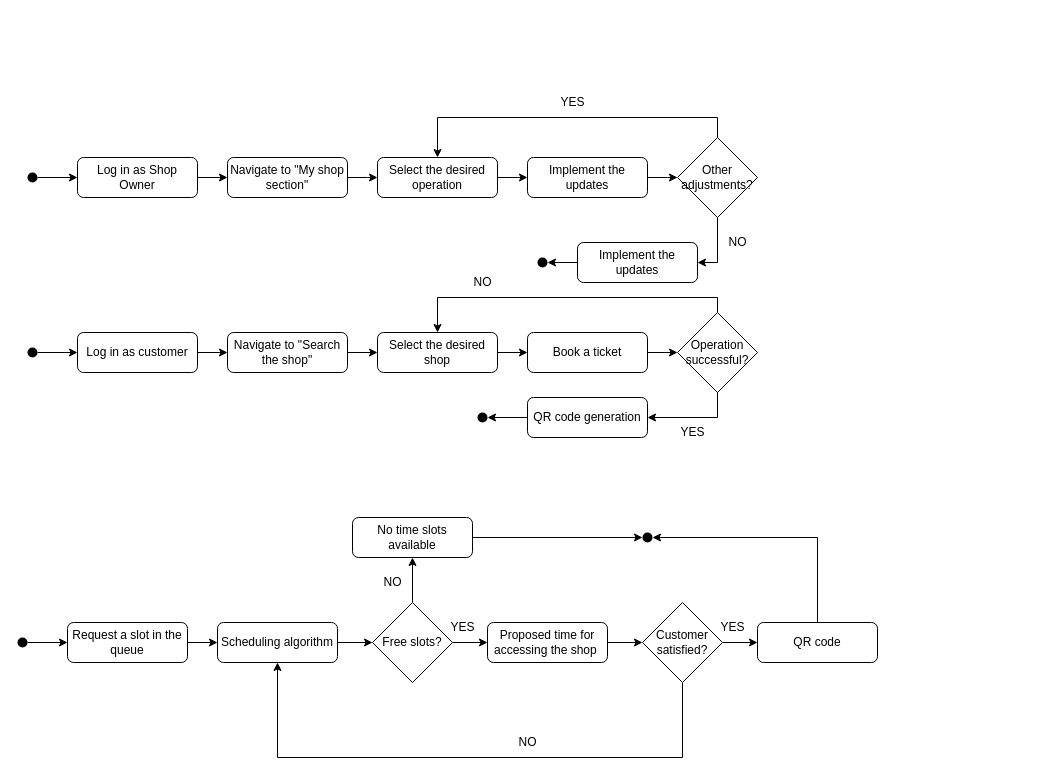
Earlier version of the draw.io diagram Documents/2. RASD/State Diagram.drawio (GiacomelliGianluca/Iqueue_app). Source tidied: cells renumbered, new cells numbered last; positions are measured from the earlier drawing's top-left corner, leaving out a move shared by most shapes. Both pictures are drawn from the tidied source at 100%, with x=0, y=0 at pixel (17, 87).
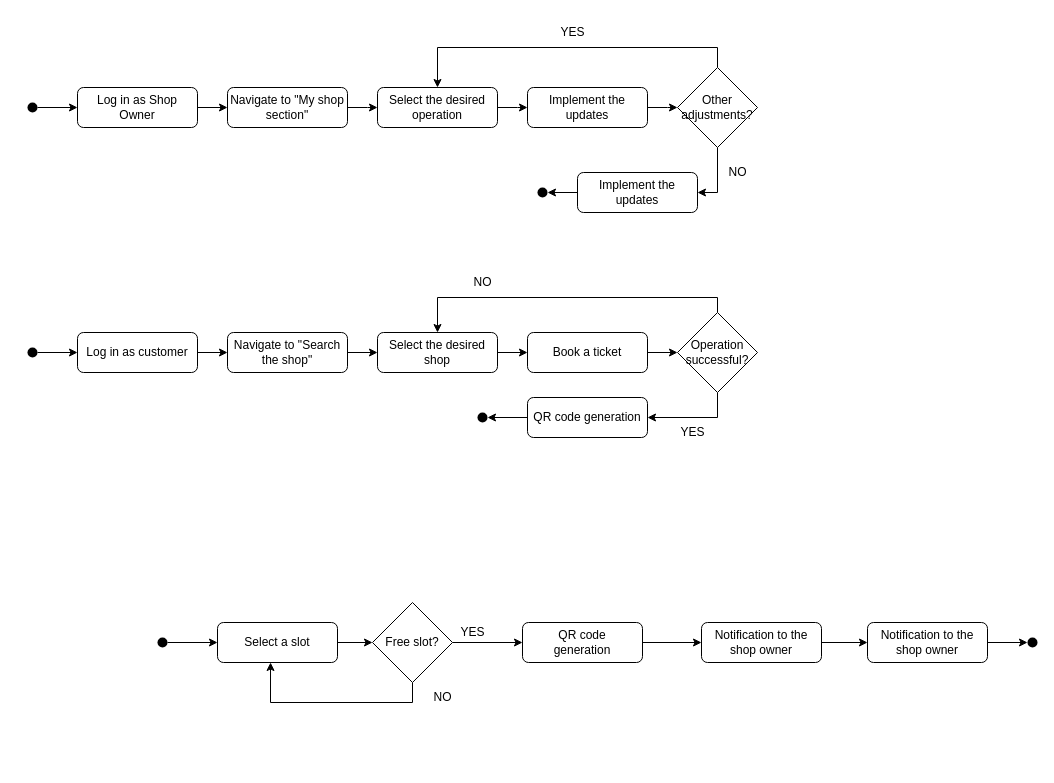
Above is the later version.

What changed in the source:
```diff
@@
     <mxCell id="3" value="Log in as Shop Owner" style="rounded=1;whiteSpace=wrap;html=1;fontSize=12;glass=0;strokeWidth=1;shadow=0;" parent="1" vertex="1">
-      <mxGeometry x="60" y="70" width="120" height="40" as="geometry" />
+      <mxGeometry x="60" width="120" height="40" as="geometry" />
     </mxCell>
@@
     <mxCell id="5" style="shape=ellipse;fillColor=#000000;strokeColor=none;html=1;sketch=0;" parent="1" vertex="1">
-      <mxGeometry x="10" y="85" width="10" height="10" as="geometry" />
+      <mxGeometry x="10" y="15" width="10" height="10" as="geometry" />
     </mxCell>
     <mxCell id="6" style="edgeStyle=orthogonalEdgeStyle;rounded=0;jettySize=auto;html=1;" parent="1" edge="1" source="7">
       <mxGeometry relative="1" as="geometry">
-        <mxPoint x="360" y="90" as="targetPoint" />
+        <mxPoint x="360" y="20" as="targetPoint" />
       </mxGeometry>
     </mxCell>
     <mxCell id="7" value="Navigate to &quot;My shop section&quot;" style="rounded=1;whiteSpace=wrap;html=1;fontSize=12;glass=0;strokeWidth=1;shadow=0;" parent="1" vertex="1">
-      <mxGeometry x="210" y="70" width="120" height="40" as="geometry" />
+      <mxGeometry x="210" width="120" height="40" as="geometry" />
     </mxCell>
     <mxCell id="8" style="edgeStyle=orthogonalEdgeStyle;rounded=0;jettySize=auto;html=1;" parent="1" edge="1" source="9">
       <mxGeometry relative="1" as="geometry">
-        <mxPoint x="510" y="90" as="targetPoint" />
+        <mxPoint x="510" y="20" as="targetPoint" />
       </mxGeometry>
     </mxCell>
     <mxCell id="9" value="Select the desired operation" style="rounded=1;whiteSpace=wrap;html=1;fontSize=12;glass=0;strokeWidth=1;shadow=0;" parent="1" vertex="1">
-      <mxGeometry x="360" y="70" width="120" height="40" as="geometry" />
+      <mxGeometry x="360" width="120" height="40" as="geometry" />
     </mxCell>
     <mxCell id="10" style="edgeStyle=orthogonalEdgeStyle;rounded=0;jettySize=auto;html=1;" parent="1" edge="1" source="11">
       <mxGeometry relative="1" as="geometry">
-        <mxPoint x="660" y="90" as="targetPoint" />
+        <mxPoint x="660" y="20" as="targetPoint" />
       </mxGeometry>
     </mxCell>
     <mxCell id="11" value="Implement the updates" style="rounded=1;whiteSpace=wrap;html=1;fontSize=12;glass=0;strokeWidth=1;shadow=0;" parent="1" vertex="1">
-      <mxGeometry x="510" y="70" width="120" height="40" as="geometry" />
+      <mxGeometry x="510" width="120" height="40" as="geometry" />
     </mxCell>
     <mxCell id="12" style="edgeStyle=orthogonalEdgeStyle;rounded=0;jettySize=auto;html=1;" parent="1" edge="1" source="15">
       <mxGeometry relative="1" as="geometry">
-        <mxPoint x="420" y="70" as="targetPoint" />
+        <mxPoint x="420" as="targetPoint" />
         <Array as="points">
-          <mxPoint x="700" y="30" />
-          <mxPoint x="420" y="30" />
+          <mxPoint x="700" y="-40" />
+          <mxPoint x="420" y="-40" />
         </Array>
       </mxGeometry>
     </mxCell>
     <mxCell id="13" style="edgeStyle=orthogonalEdgeStyle;rounded=0;orthogonalLoop=1;jettySize=auto;html=1;entryX=0.5;entryY=0;entryDx=0;entryDy=0;startArrow=none;" parent="1" edge="1">
       <mxGeometry relative="1" as="geometry">
-        <mxPoint x="700" y="190" as="sourcePoint" />
-        <mxPoint x="700" y="190" as="targetPoint" />
+        <mxPoint x="700" y="120" as="sourcePoint" />
+        <mxPoint x="700" y="120" as="targetPoint" />
       </mxGeometry>
     </mxCell>
@@
     <mxCell id="15" value="Other adjustments?" style="rhombus;whiteSpace=wrap;html=1;" parent="1" vertex="1">
-      <mxGeometry x="660" y="50" width="80" height="80" as="geometry" />
+      <mxGeometry x="660" y="-20" width="80" height="80" as="geometry" />
     </mxCell>
     <mxCell id="16" value="YES" style="text;html=1;align=center;verticalAlign=middle;strokeColor=none;fillColor=none;" parent="1" vertex="1">
-      <mxGeometry x="530" width="50" height="30" as="geometry" />
+      <mxGeometry x="530" y="-70" width="50" height="30" as="geometry" />
     </mxCell>
     <mxCell id="17" value="NO" style="text;html=1;align=center;verticalAlign=middle;strokeColor=none;fillColor=none;" parent="1" vertex="1">
-      <mxGeometry x="700" y="140" width="40" height="30" as="geometry" />
+      <mxGeometry x="700" y="70" width="40" height="30" as="geometry" />
     </mxCell>
@@
     <mxCell id="31" style="shape=ellipse;fillColor=#000000;strokeColor=none;html=1;sketch=0;" parent="1" vertex="1">
-      <mxGeometry x="520" y="170" width="10" height="10" as="geometry" />
+      <mxGeometry x="520" y="100" width="10" height="10" as="geometry" />
     </mxCell>
@@
     <mxCell id="33" value="Implement the updates" style="rounded=1;whiteSpace=wrap;html=1;fontSize=12;glass=0;strokeWidth=1;shadow=0;" parent="1" vertex="1">
-      <mxGeometry x="560" y="155" width="120" height="40" as="geometry" />
+      <mxGeometry x="560" y="85" width="120" height="40" as="geometry" />
     </mxCell>
@@
-    <mxCell id="37" style="edgeStyle=orthogonalEdgeStyle;rounded=0;jettySize=auto;html=1;entryX=0;entryY=0.5;entryDx=0;entryDy=0;" parent="1" edge="1" source="38" target="40">
-      <mxGeometry relative="1" as="geometry" />
-    </mxCell>
-    <mxCell id="38" style="shape=ellipse;fillColor=#000000;strokeColor=none;html=1;sketch=0;" parent="1" vertex="1">
-      <mxGeometry y="550" width="10" height="10" as="geometry" />
-    </mxCell>
-    <mxCell id="39" style="edgeStyle=orthogonalEdgeStyle;rounded=0;jettySize=auto;html=1;entryX=0;entryY=0.5;entryDx=0;entryDy=0;" parent="1" edge="1" source="40" target="42">
-      <mxGeometry relative="1" as="geometry" />
-    </mxCell>
-    <mxCell id="40" value="Request a slot in the queue" style="rounded=1;whiteSpace=wrap;html=1;fontSize=12;glass=0;strokeWidth=1;shadow=0;" parent="1" vertex="1">
-      <mxGeometry x="50" y="535" width="120" height="40" as="geometry" />
-    </mxCell>
@@
-    <mxCell id="42" value="Scheduling algorithm" style="rounded=1;whiteSpace=wrap;html=1;fontSize=12;glass=0;strokeWidth=1;shadow=0;" parent="1" vertex="1">
+    <mxCell id="42" value="Select a slot" style="rounded=1;whiteSpace=wrap;html=1;fontSize=12;glass=0;strokeWidth=1;shadow=0;" parent="1" vertex="1">
       <mxGeometry x="200" y="535" width="120" height="40" as="geometry" />
     </mxCell>
@@
-    <mxCell id="45" style="edgeStyle=orthogonalEdgeStyle;rounded=0;jettySize=auto;html=1;entryX=0;entryY=0.5;entryDx=0;entryDy=0;" parent="1" edge="1" source="46" target="49">
-      <mxGeometry relative="1" as="geometry" />
-    </mxCell>
-    <mxCell id="46" value="Proposed time for accessing the shop&amp;nbsp;" style="rounded=1;whiteSpace=wrap;html=1;fontSize=12;glass=0;strokeWidth=1;shadow=0;" parent="1" vertex="1">
-      <mxGeometry x="470" y="535" width="120" height="40" as="geometry" />
-    </mxCell>
-    <mxCell id="47" style="edgeStyle=orthogonalEdgeStyle;rounded=0;jettySize=auto;html=1;entryX=0;entryY=0.5;entryDx=0;entryDy=0;" parent="1" edge="1" source="49" target="53">
-      <mxGeometry relative="1" as="geometry" />
-    </mxCell>
-    <mxCell id="48" style="edgeStyle=orthogonalEdgeStyle;rounded=0;jettySize=auto;html=1;entryX=0.5;entryY=1;entryDx=0;entryDy=0;" parent="1" edge="1" source="49" target="42">
-      <mxGeometry relative="1" as="geometry">
-        <Array as="points">
-          <mxPoint x="665" y="670" />
-          <mxPoint x="260" y="670" />
-        </Array>
-      </mxGeometry>
-    </mxCell>
-    <mxCell id="49" value="Customer satisfied?" style="rhombus;whiteSpace=wrap;html=1;" parent="1" vertex="1">
-      <mxGeometry x="625" y="515" width="80" height="80" as="geometry" />
-    </mxCell>
     <mxCell id="50" value="NO" style="text;html=1;align=center;verticalAlign=middle;strokeColor=none;fillColor=none;" parent="1" vertex="1">
-      <mxGeometry x="490" y="640" width="40" height="30" as="geometry" />
+      <mxGeometry x="405" y="595" width="40" height="30" as="geometry" />
     </mxCell>
-    <mxCell id="51" value="YES" style="text;html=1;align=center;verticalAlign=middle;strokeColor=none;fillColor=none;" parent="1" vertex="1">
-      <mxGeometry x="690" y="525" width="50" height="30" as="geometry" />
-    </mxCell>
-    <mxCell id="52" style="edgeStyle=orthogonalEdgeStyle;rounded=0;jettySize=auto;html=1;entryX=1;entryY=0.5;entryDx=0;entryDy=0;" parent="1" edge="1" source="53" target="61">
-      <mxGeometry relative="1" as="geometry">
-        <Array as="points">
-          <mxPoint x="800" y="450" />
-        </Array>
-      </mxGeometry>
-    </mxCell>
+    <mxCell id="62" style="edgeStyle=orthogonalEdgeStyle;rounded=0;jettySize=auto;html=1;exitX=1;exitY=0.5;exitDx=0;exitDy=0;entryX=0;entryY=0.5;entryDx=0;entryDy=0;" parent="1" edge="1" source="53" target="68">
+      <mxGeometry relative="1" as="geometry" />
+    </mxCell>
-    <mxCell id="53" value="QR code" style="rounded=1;whiteSpace=wrap;html=1;fontSize=12;glass=0;strokeWidth=1;shadow=0;" parent="1" vertex="1">
-      <mxGeometry x="740" y="535" width="120" height="40" as="geometry" />
+    <mxCell id="53" value="QR code&lt;br&gt;generation" style="rounded=1;whiteSpace=wrap;html=1;fontSize=12;glass=0;strokeWidth=1;shadow=0;" parent="1" vertex="1">
+      <mxGeometry x="505" y="535" width="120" height="40" as="geometry" />
     </mxCell>
-    <mxCell id="54" style="edgeStyle=orthogonalEdgeStyle;rounded=0;jettySize=auto;html=1;entryX=0;entryY=0.5;entryDx=0;entryDy=0;" parent="1" edge="1" source="56" target="46">
+    <mxCell id="54" style="edgeStyle=orthogonalEdgeStyle;rounded=0;jettySize=auto;html=1;entryX=0;entryY=0.5;entryDx=0;entryDy=0;" parent="1" edge="1" source="56" target="53">
       <mxGeometry relative="1" as="geometry" />
     </mxCell>
-    <mxCell id="55" style="edgeStyle=orthogonalEdgeStyle;rounded=0;jettySize=auto;html=1;entryX=0.5;entryY=1;entryDx=0;entryDy=0;" parent="1" edge="1" source="56" target="58">
-      <mxGeometry relative="1" as="geometry" />
-    </mxCell>
+    <mxCell id="63" style="edgeStyle=orthogonalEdgeStyle;rounded=0;jettySize=auto;html=1;exitX=0.5;exitY=1;exitDx=0;exitDy=0;entryX=0.442;entryY=1;entryDx=0;entryDy=0;entryPerimeter=0;" parent="1" edge="1" source="56" target="42">
+      <mxGeometry relative="1" as="geometry" />
+    </mxCell>
-    <mxCell id="56" value="Free slots?" style="rhombus;whiteSpace=wrap;html=1;" parent="1" vertex="1">
+    <mxCell id="56" value="Free slot?" style="rhombus;whiteSpace=wrap;html=1;" parent="1" vertex="1">
       <mxGeometry x="355" y="515" width="80" height="80" as="geometry" />
     </mxCell>
-    <mxCell id="57" style="edgeStyle=orthogonalEdgeStyle;rounded=0;jettySize=auto;html=1;entryX=0;entryY=0.5;entryDx=0;entryDy=0;" parent="1" edge="1" source="58" target="61">
-      <mxGeometry relative="1" as="geometry" />
-    </mxCell>
-    <mxCell id="58" value="No time slots available" style="rounded=1;whiteSpace=wrap;html=1;fontSize=12;glass=0;strokeWidth=1;shadow=0;" parent="1" vertex="1">
-      <mxGeometry x="335" y="430" width="120" height="40" as="geometry" />
-    </mxCell>
-    <mxCell id="59" value="NO" style="text;html=1;align=center;verticalAlign=middle;strokeColor=none;fillColor=none;" parent="1" vertex="1">
-      <mxGeometry x="355" y="480" width="40" height="30" as="geometry" />
-    </mxCell>
-    <mxCell id="60" value="YES" style="text;html=1;align=center;verticalAlign=middle;strokeColor=none;fillColor=none;" parent="1" vertex="1">
-      <mxGeometry x="420" y="525" width="50" height="30" as="geometry" />
-    </mxCell>
-    <mxCell id="61" style="shape=ellipse;fillColor=#000000;strokeColor=none;html=1;sketch=0;" parent="1" vertex="1">
-      <mxGeometry x="625" y="445" width="10" height="10" as="geometry" />
-    </mxCell>
+    <mxCell id="64" style="edgeStyle=orthogonalEdgeStyle;rounded=0;jettySize=auto;html=1;entryX=0;entryY=0.5;entryDx=0;entryDy=0;" parent="1" edge="1" source="65" target="42">
+      <mxGeometry relative="1" as="geometry" />
+    </mxCell>
+    <mxCell id="65" style="shape=ellipse;fillColor=#000000;strokeColor=none;html=1;sketch=0;" parent="1" vertex="1">
+      <mxGeometry x="140" y="550" width="10" height="10" as="geometry" />
+    </mxCell>
+    <mxCell id="66" value="YES" style="text;html=1;align=center;verticalAlign=middle;strokeColor=none;fillColor=none;" parent="1" vertex="1">
+      <mxGeometry x="430" y="530" width="50" height="30" as="geometry" />
+    </mxCell>
+    <mxCell id="67" style="edgeStyle=orthogonalEdgeStyle;rounded=0;jettySize=auto;html=1;exitX=1;exitY=0.5;exitDx=0;exitDy=0;entryX=0;entryY=0.5;entryDx=0;entryDy=0;" parent="1" edge="1" source="68" target="70">
+      <mxGeometry relative="1" as="geometry" />
+    </mxCell>
+    <mxCell id="68" value="Notification to the shop owner" style="rounded=1;whiteSpace=wrap;html=1;fontSize=12;glass=0;strokeWidth=1;shadow=0;" parent="1" vertex="1">
+      <mxGeometry x="684" y="535" width="120" height="40" as="geometry" />
+    </mxCell>
+    <mxCell id="69" style="edgeStyle=orthogonalEdgeStyle;rounded=0;jettySize=auto;html=1;exitX=1;exitY=0.5;exitDx=0;exitDy=0;entryX=0;entryY=0.5;entryDx=0;entryDy=0;" parent="1" edge="1" source="70" target="71">
+      <mxGeometry relative="1" as="geometry" />
+    </mxCell>
+    <mxCell id="70" value="Notification to the shop owner" style="rounded=1;whiteSpace=wrap;html=1;fontSize=12;glass=0;strokeWidth=1;shadow=0;" parent="1" vertex="1">
+      <mxGeometry x="850" y="535" width="120" height="40" as="geometry" />
+    </mxCell>
+    <mxCell id="71" style="shape=ellipse;fillColor=#000000;strokeColor=none;html=1;sketch=0;" parent="1" vertex="1">
+      <mxGeometry x="1010" y="550" width="10" height="10" as="geometry" />
+    </mxCell>
```
